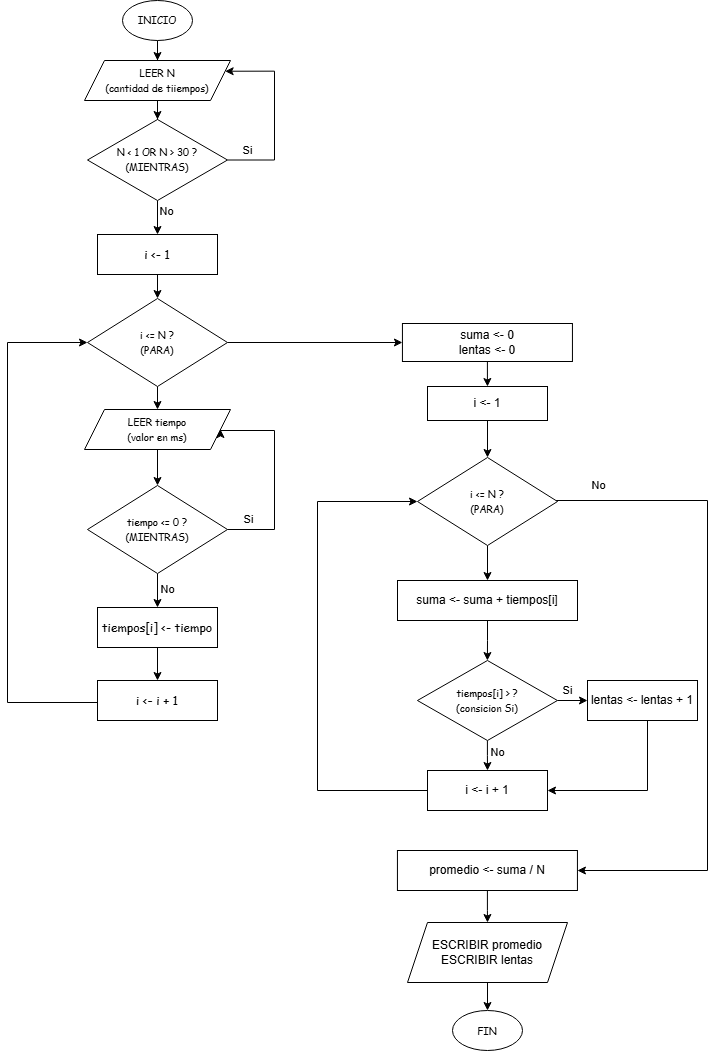
Earlier version of the draw.io export diagrama-api.png (octavio-herrera-dev/algoritmos-q1). Source tidied: cells renumbered, new cells last; positions are measured from the earlier drawing's top-left corner, leaving out a move shared by most shapes.
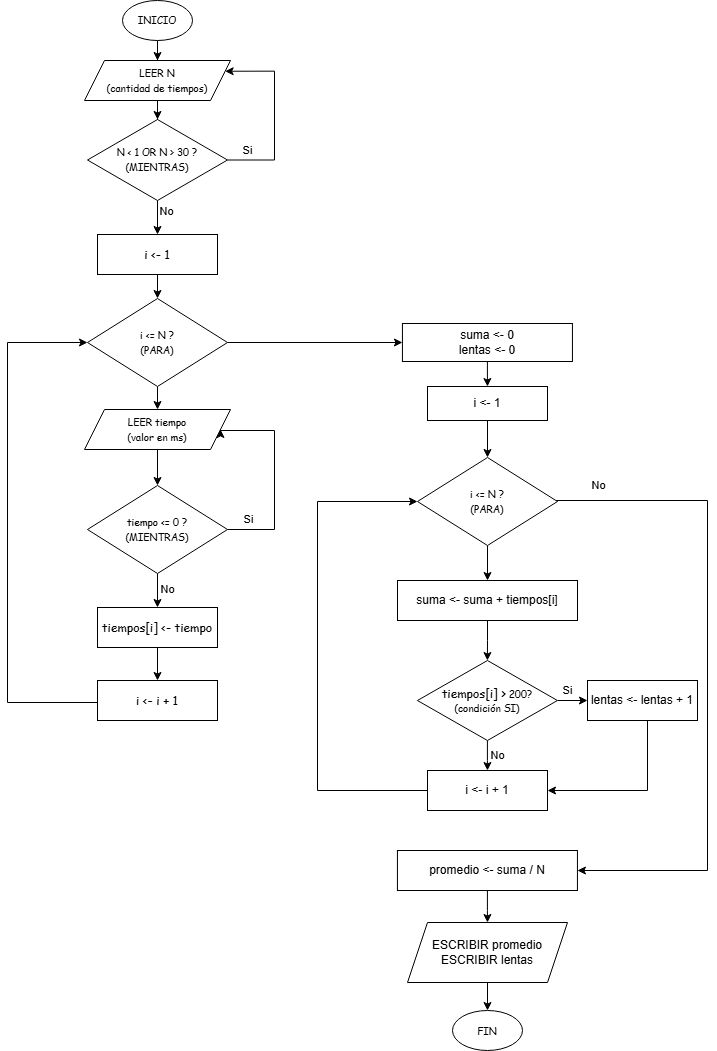
After the commit.

The edit, as a diff of the source:
```diff
@@ -10,7 +10,7 @@
     <mxCell id="3" style="edgeStyle=orthogonalEdgeStyle;rounded=0;jettySize=auto;html=1;" parent="1" edge="1" source="4" target="9">
       <mxGeometry relative="1" as="geometry" />
     </mxCell>
-    <mxCell id="4" value="&lt;font face=&quot;Comic Sans MS&quot; style=&quot;font-size: 10px;&quot;&gt;LEER N&lt;/font&gt;&lt;div&gt;&lt;font style=&quot;font-size: 10px;&quot; face=&quot;Comic Sans MS&quot;&gt;(cantidad de tiiempos)&lt;/font&gt;&lt;/div&gt;" style="shape=parallelogram;perimeter=parallelogramPerimeter;whiteSpace=wrap;html=1;fixedSize=1;" parent="1" vertex="1">
+    <mxCell id="4" value="&lt;font face=&quot;Comic Sans MS&quot; style=&quot;font-size: 10px;&quot;&gt;LEER N&lt;/font&gt;&lt;div&gt;&lt;font style=&quot;font-size: 10px;&quot; face=&quot;Comic Sans MS&quot;&gt;(cantidad de tiempos)&lt;/font&gt;&lt;/div&gt;" style="shape=parallelogram;perimeter=parallelogramPerimeter;whiteSpace=wrap;html=1;fixedSize=1;" parent="1" vertex="1">
       <mxGeometry x="77" y="60" width="146" height="40" as="geometry" />
     </mxCell>
     <mxCell id="5" style="edgeStyle=orthogonalEdgeStyle;rounded=0;jettySize=auto;html=1;endArrow=classic;endFill=1;entryX=1;entryY=0.25;entryDx=0;entryDy=0;exitX=1;exitY=0.5;exitDx=0;exitDy=0;" parent="1" edge="1" source="9" target="4">
@@ -156,7 +156,7 @@
         <mxPoint y="-8" as="offset" />
       </mxGeometry>
     </mxCell>
-    <mxCell id="41" value="&lt;font face=&quot;Comic Sans MS&quot; style=&quot;font-size: 10px;&quot;&gt;tiempos[i] &amp;gt; ?&lt;/font&gt;&lt;div&gt;&lt;font face=&quot;Comic Sans MS&quot; style=&quot;font-size: 10px;&quot;&gt;(consicion Si)&lt;/font&gt;&lt;/div&gt;" style="rhombus;whiteSpace=wrap;html=1;" parent="1" vertex="1">
+    <mxCell id="41" value="&lt;font face=&quot;Comic Sans MS&quot; style=&quot;font-size: 12px;&quot;&gt;tiempos[i] &amp;gt;&lt;/font&gt;&lt;font face=&quot;Comic Sans MS&quot; style=&quot;font-size: 10px;&quot;&gt; 200?&lt;/font&gt;&lt;div&gt;&lt;font face=&quot;Comic Sans MS&quot; style=&quot;font-size: 10px;&quot;&gt;(condición SI)&lt;/font&gt;&lt;/div&gt;" style="rhombus;whiteSpace=wrap;html=1;" parent="1" vertex="1">
       <mxGeometry x="409.9" y="660" width="140" height="80" as="geometry" />
     </mxCell>
     <mxCell id="42" value="i &amp;lt;- i + 1" style="whiteSpace=wrap;html=1;" parent="1" vertex="1">
```
